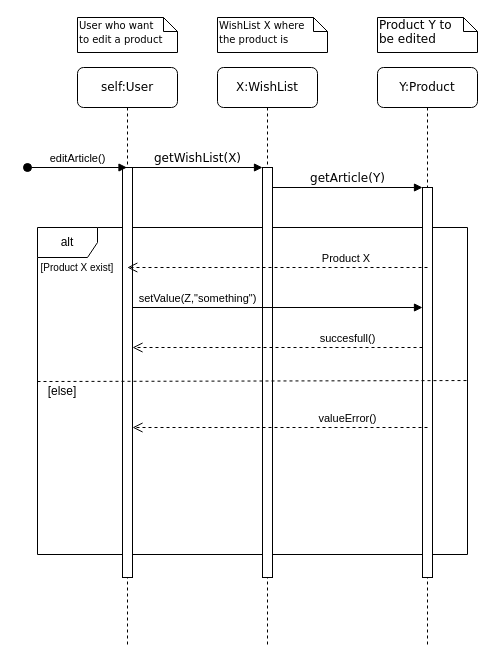
NNepper/LSINF1225-2020-GroupeL1.1-WishList keeps this draw.io diagram as Diagrammes/SequenceDiagrams/editArticle.drawio. Above is the earlier version. Source tidied: cells renumbered, new cells numbered last; positions are measured from the earlier drawing's top-left corner, leaving out a move shared by most shapes. Both pictures are drawn from the tidied source at 100%, with x=0, y=0 at pixel (27, 17).
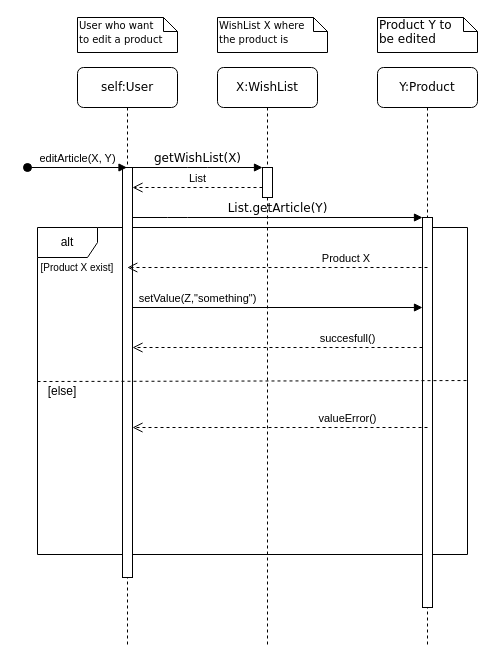
After the change.

Commit message (it also covers changes not shown here):
changement sur diagramme editArticle + ajout diagramme de showWishList

The change refers to these unchanged cells:
```xml
<mxCell id="3" value="X:WishList" style="shape=umlLifeline;perimeter=lifelinePerimeter;whiteSpace=wrap;html=1;rounded=1;shadow=0;comic=0;labelBackgroundColor=none;strokeWidth=1;fontFamily=Verdana;fontSize=12;align=center;" parent="1" vertex="1">
  <mxGeometry x="190" y="50" width="100" height="580" as="geometry" />
</mxCell>
<mxCell id="5" value="Y:Product" style="shape=umlLifeline;perimeter=lifelinePerimeter;whiteSpace=wrap;html=1;rounded=1;shadow=0;comic=0;labelBackgroundColor=none;strokeWidth=1;fontFamily=Verdana;fontSize=12;align=center;" parent="1" vertex="1">
  <mxGeometry x="350" y="50" width="100" height="580" as="geometry" />
</mxCell>
<mxCell id="7" value="self:User" style="shape=umlLifeline;perimeter=lifelinePerimeter;whiteSpace=wrap;html=1;outlineConnect=0;rounded=1;shadow=0;comic=0;labelBackgroundColor=none;strokeWidth=1;fontFamily=Verdana;fontSize=12;align=center;" parent="1" vertex="1">
  <mxGeometry x="50" y="50" width="100" height="580" as="geometry" />
</mxCell>
<mxCell id="8" style="html=1;points=[];perimeter=orthogonalPerimeter;rounded=0;shadow=0;comic=0;labelBackgroundColor=none;strokeWidth=1;fontFamily=Verdana;fontSize=12;align=center;" parent="7" vertex="1">
  <mxGeometry x="45" y="100" width="10" height="410" as="geometry" />
</mxCell>
```

Diff of the diagram source:
```diff
@@
     <mxCell id="4" style="html=1;points=[];perimeter=orthogonalPerimeter;rounded=0;shadow=0;comic=0;labelBackgroundColor=none;strokeWidth=1;fontFamily=Verdana;fontSize=12;align=center;" parent="3" vertex="1">
-      <mxGeometry x="45" y="100" width="10" height="410" as="geometry" />
+      <mxGeometry x="45" y="100" width="10" height="30" as="geometry" />
     </mxCell>
@@
     <mxCell id="6" style="html=1;points=[];perimeter=orthogonalPerimeter;rounded=0;shadow=0;comic=0;labelBackgroundColor=none;strokeWidth=1;fontFamily=Verdana;fontSize=12;align=center;" parent="5" vertex="1">
-      <mxGeometry x="45" y="120" width="10" height="390" as="geometry" />
+      <mxGeometry x="45" y="150" width="10" height="390" as="geometry" />
     </mxCell>
@@
-    <mxCell id="10" value="getArticle(Y)" style="html=1;verticalAlign=bottom;endArrow=block;entryX=0;entryY=0;labelBackgroundColor=none;fontFamily=Verdana;fontSize=12;edgeStyle=elbowEdgeStyle;elbow=vertical;" parent="1" edge="1" source="4" target="6">
-      <mxGeometry relative="1" as="geometry" />
+    <mxCell id="10" value="List.getArticle(Y)" style="html=1;verticalAlign=bottom;endArrow=block;labelBackgroundColor=none;fontFamily=Verdana;fontSize=12;edgeStyle=elbowEdgeStyle;elbow=vertical;" parent="1" edge="1" source="8">
+      <mxGeometry relative="1" as="geometry">
+        <mxPoint x="395" y="200" as="targetPoint" />
+        <Array as="points">
+          <mxPoint x="150" y="200" />
+          <mxPoint x="270" y="190" />
+        </Array>
+      </mxGeometry>
     </mxCell>
@@
-    <mxCell id="21" value="editArticle()" style="html=1;verticalAlign=bottom;startArrow=oval;startFill=1;endArrow=block;startSize=8;" parent="1" edge="1" target="7">
+    <mxCell id="21" value="editArticle(X, Y)" style="html=1;verticalAlign=bottom;startArrow=oval;startFill=1;endArrow=block;startSize=8;" parent="1" edge="1" target="7">
       <mxGeometry relative="1" as="geometry">
         <mxPoint y="150" as="sourcePoint" />
       </mxGeometry>
     </mxCell>
+    <mxCell id="22" value="List" style="html=1;verticalAlign=bottom;endArrow=open;dashed=1;endSize=8;" parent="1" edge="1" source="4" target="8">
+      <mxGeometry relative="1" as="geometry">
+        <Array as="points">
+          <mxPoint x="140" y="170" />
+        </Array>
+      </mxGeometry>
+    </mxCell>
```
